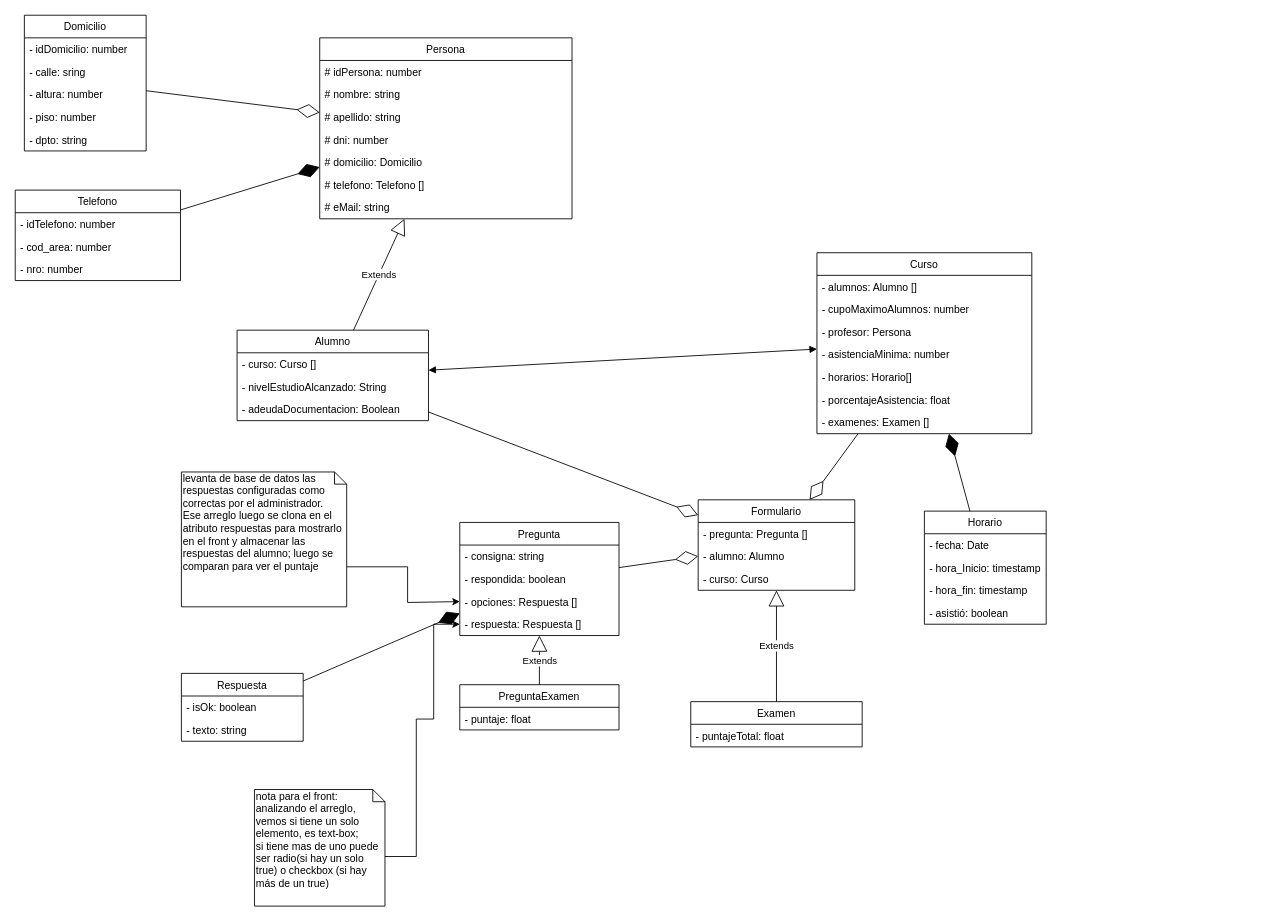
This is - UML/diagrama_proyecto_final.drawio from mariela21180/institucional-cfp, a draw.io file, before an edit. Source tidied: cells renumbered, new cells numbered last; positions are measured from the earlier drawing's top-left corner, leaving out a move shared by most shapes. Both pictures are drawn from the tidied source at 87%, with x=0, y=0 at pixel (15, 15).
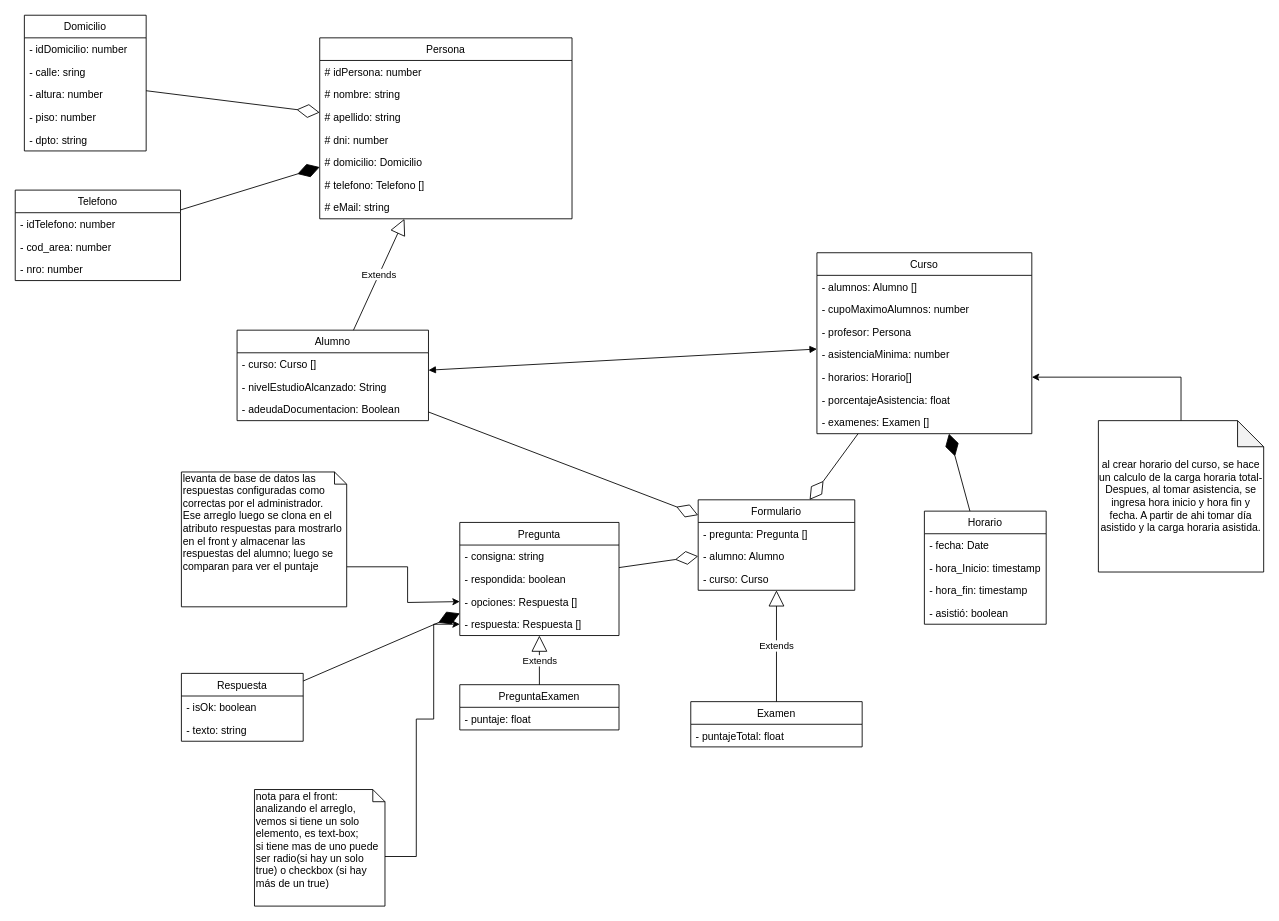
The same diagram, later.

Commit message:
#1 Actualizacion notas horarios

Unchanged cells that the change refers to:
```xml
<mxCell id="7" value="- horarios: Horario[]" style="text;strokeColor=none;fillColor=none;align=left;verticalAlign=top;spacingLeft=4;spacingRight=4;overflow=hidden;points=[[0,0.5],[1,0.5]];portConstraint=eastwest;" parent="2" vertex="1">
  <mxGeometry y="130" width="247" height="26" as="geometry" />
</mxCell>
```

The edit, as a diff of the source:
```diff
@@
+    <mxCell id="68" style="edgeStyle=orthogonalEdgeStyle;rounded=0;jettySize=auto;html=1;entryX=1;entryY=0.5;entryDx=0;entryDy=0;" parent="1" edge="1" source="69" target="7">
+      <mxGeometry relative="1" as="geometry" />
+    </mxCell>
+    <mxCell id="69" value="al crear horario del curso, se hace un calculo de la carga horaria total-&lt;br&gt;Despues, al tomar asistencia, se ingresa hora inicio y hora fin y fecha. A partir de ahi tomar día asistido y la carga horaria asistida." style="shape=note;whiteSpace=wrap;html=1;backgroundOutline=1;darkOpacity=0.05;" parent="1" vertex="1">
+      <mxGeometry x="1245" y="466" width="190" height="174" as="geometry" />
+    </mxCell>
```
